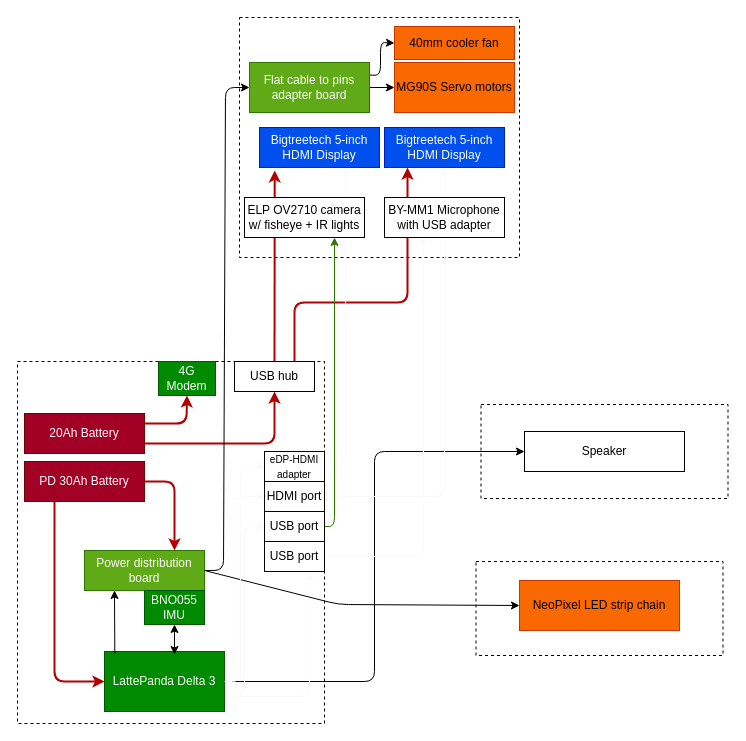
Before: Planning/Hardware.drawio in MekhyW/DYNAMO-Electronic_Fursuit-2.0, a draw.io diagram. Source tidied: cells renumbered, new cells numbered last; positions are measured from the earlier drawing's top-left corner, leaving out a move shared by most shapes. Both pictures are drawn from the tidied source at 100%, with x=0, y=0 at pixel (17, 17).
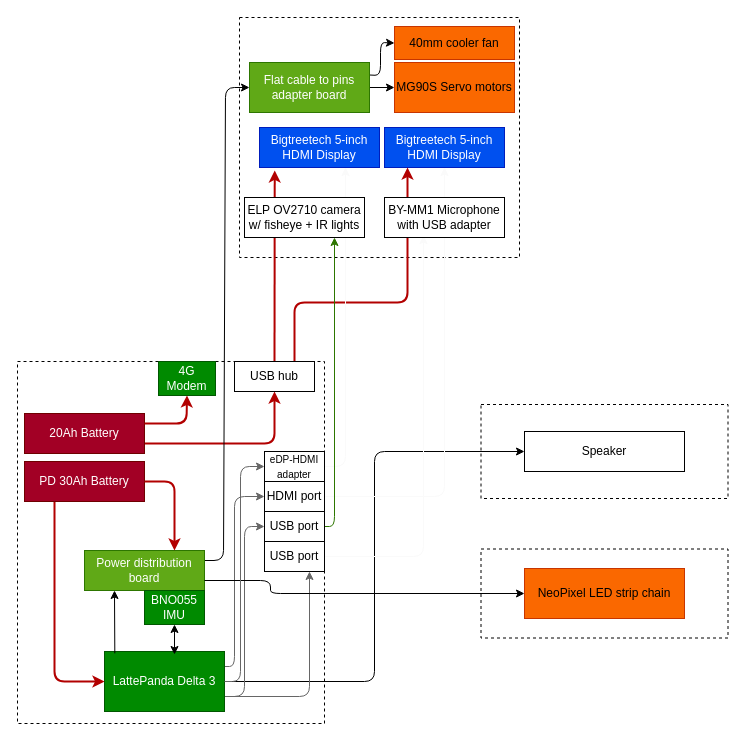
The same page after the edit.

Unchanged cells that the change refers to:
```xml
<mxCell id="6" value="Flat cable to pins adapter board" style="rounded=0;whiteSpace=wrap;html=1;fillColor=#60a917;fontColor=#ffffff;strokeColor=#2D7600;" parent="1" vertex="1">
  <mxGeometry x="232" y="45" width="120" height="50" as="geometry" />
</mxCell>
<mxCell id="19" value="LattePanda Delta 3" style="rounded=0;whiteSpace=wrap;html=1;fillColor=#008a00;fontColor=#ffffff;strokeColor=#005700;" parent="1" vertex="1">
  <mxGeometry x="87" y="634" width="120" height="60" as="geometry" />
</mxCell>
<mxCell id="21" value="Power distribution board" style="rounded=0;whiteSpace=wrap;html=1;fillColor=#60a917;fontColor=#ffffff;strokeColor=#2D7600;" parent="1" vertex="1">
  <mxGeometry x="67" y="533" width="120" height="40" as="geometry" />
</mxCell>
<mxCell id="33" value="&lt;span style=&quot;font-size: 10px;&quot;&gt;eDP-HDMI adapter&lt;/span&gt;" style="rounded=0;whiteSpace=wrap;html=1;" parent="1" vertex="1">
  <mxGeometry x="247" y="434" width="60" height="30" as="geometry" />
</mxCell>
<mxCell id="35" value="HDMI port" style="rounded=0;whiteSpace=wrap;html=1;" parent="1" vertex="1">
  <mxGeometry x="247" y="464" width="60" height="30" as="geometry" />
</mxCell>
<mxCell id="37" value="USB port" style="rounded=0;whiteSpace=wrap;html=1;" parent="1" vertex="1">
  <mxGeometry x="247" y="494" width="60" height="30" as="geometry" />
</mxCell>
<mxCell id="39" value="USB port" style="rounded=0;whiteSpace=wrap;html=1;" parent="1" vertex="1">
  <mxGeometry x="247" y="524" width="60" height="30" as="geometry" />
</mxCell>
```

The edit, as a diff of the source:
```diff
@@
     <mxCell id="10" style="rounded=0;whiteSpace=wrap;html=1;dashed=1;" parent="1" vertex="1">
-      <mxGeometry x="458.5" y="544" width="247" height="94" as="geometry" />
+      <mxGeometry x="463.5" y="531.5" width="247" height="89" as="geometry" />
     </mxCell>
@@
-    <mxCell id="16" style="edgeStyle=none;html=1;exitX=1;exitY=0.25;exitDx=0;exitDy=0;entryX=0;entryY=0.5;entryDx=0;entryDy=0;strokeColor=#FAFAFA;strokeWidth=1;startArrow=none;startFill=0;" parent="1" edge="1" source="19" target="35">
+    <mxCell id="16" style="edgeStyle=none;html=1;exitX=1;exitY=0.25;exitDx=0;exitDy=0;entryX=0;entryY=0.5;entryDx=0;entryDy=0;strokeColor=light-dark(#666666,#FAFAFA);strokeWidth=1;startArrow=none;startFill=0;fillColor=#f5f5f5;" parent="1" edge="1" source="19" target="35">
       <mxGeometry relative="1" as="geometry">
         <Array as="points">
           <mxPoint x="217" y="649" />
           <mxPoint x="217" y="479" />
         </Array>
       </mxGeometry>
     </mxCell>
-    <mxCell id="17" style="edgeStyle=none;html=1;exitX=1;exitY=0.75;exitDx=0;exitDy=0;entryX=0;entryY=0.5;entryDx=0;entryDy=0;strokeColor=#FAFAFA;strokeWidth=1;fontSize=8;startArrow=none;startFill=0;" parent="1" edge="1" source="19" target="37">
+    <mxCell id="17" style="edgeStyle=none;html=1;exitX=1;exitY=0.75;exitDx=0;exitDy=0;entryX=0;entryY=0.5;entryDx=0;entryDy=0;strokeColor=light-dark(#666666,#FAFAFA);strokeWidth=1;fontSize=8;startArrow=none;startFill=0;fillColor=#f5f5f5;" parent="1" edge="1" source="19" target="37">
       <mxGeometry relative="1" as="geometry">
         <Array as="points">
           <mxPoint x="227" y="679" />
           <mxPoint x="227" y="509" />
         </Array>
       </mxGeometry>
     </mxCell>
-    <mxCell id="18" style="edgeStyle=none;html=1;exitX=1;exitY=0.75;exitDx=0;exitDy=0;entryX=0.75;entryY=1;entryDx=0;entryDy=0;strokeColor=#FAFAFA;strokeWidth=1;fontSize=8;startArrow=none;startFill=0;" parent="1" edge="1" source="19" target="39">
+    <mxCell id="18" style="edgeStyle=none;html=1;exitX=1;exitY=0.75;exitDx=0;exitDy=0;entryX=0.75;entryY=1;entryDx=0;entryDy=0;strokeColor=light-dark(#666666,#FFFFFF);strokeWidth=1;fontSize=8;startArrow=none;startFill=0;fillColor=#f5f5f5;" parent="1" edge="1" source="19" target="39">
       <mxGeometry relative="1" as="geometry">
         <Array as="points">
           <mxPoint x="292" y="679" />
         </Array>
       </mxGeometry>
     </mxCell>
@@
-    <mxCell id="20" style="edgeStyle=none;html=1;exitX=1;exitY=0.5;exitDx=0;exitDy=0;entryX=0;entryY=0.5;entryDx=0;entryDy=0;" parent="1" edge="1" source="21" target="6">
+    <mxCell id="20" style="edgeStyle=none;html=1;exitX=1;exitY=0.25;exitDx=0;exitDy=0;entryX=0;entryY=0.5;entryDx=0;entryDy=0;" parent="1" edge="1" source="21" target="6">
       <mxGeometry relative="1" as="geometry">
         <Array as="points">
-          <mxPoint x="206" y="553" />
+          <mxPoint x="206" y="543" />
           <mxPoint x="208" y="70" />
         </Array>
       </mxGeometry>
     </mxCell>
@@
     <mxCell id="26" value="NeoPixel LED strip chain" style="rounded=0;whiteSpace=wrap;html=1;fillColor=#fa6800;fontColor=#000000;strokeColor=#C73500;" parent="1" vertex="1">
-      <mxGeometry x="502" y="563" width="160" height="50" as="geometry" />
+      <mxGeometry x="507" y="551" width="160" height="50" as="geometry" />
     </mxCell>
-    <mxCell id="27" style="edgeStyle=none;html=1;exitX=1;exitY=0.5;exitDx=0;exitDy=0;entryX=0;entryY=0.5;entryDx=0;entryDy=0;" parent="1" edge="1" source="21" target="26">
+    <mxCell id="27" style="edgeStyle=none;html=1;exitX=1;exitY=0.75;exitDx=0;exitDy=0;entryX=0;entryY=0.5;entryDx=0;entryDy=0;" parent="1" edge="1" source="21" target="26">
       <mxGeometry relative="1" as="geometry">
         <Array as="points">
-          <mxPoint x="321" y="587" />
+          <mxPoint x="253" y="563" />
+          <mxPoint x="253" y="576" />
         </Array>
       </mxGeometry>
     </mxCell>
@@
-    <mxCell id="42" style="edgeStyle=none;html=1;exitX=1;exitY=0.5;exitDx=0;exitDy=0;entryX=0;entryY=0.5;entryDx=0;entryDy=0;strokeColor=#FAFAFA;strokeWidth=1;fontSize=8;startArrow=none;startFill=0;" parent="1" edge="1" source="19" target="33">
+    <mxCell id="42" style="edgeStyle=none;html=1;exitX=1;exitY=0.5;exitDx=0;exitDy=0;entryX=0;entryY=0.5;entryDx=0;entryDy=0;strokeColor=light-dark(#666666,#FFFFFF);strokeWidth=1;fontSize=8;startArrow=none;startFill=0;fillColor=#f5f5f5;" parent="1" edge="1" source="19" target="33">
       <mxGeometry relative="1" as="geometry">
         <Array as="points">
           <mxPoint x="223" y="664" />
           <mxPoint x="223" y="449" />
         </Array>
       </mxGeometry>
     </mxCell>
```
